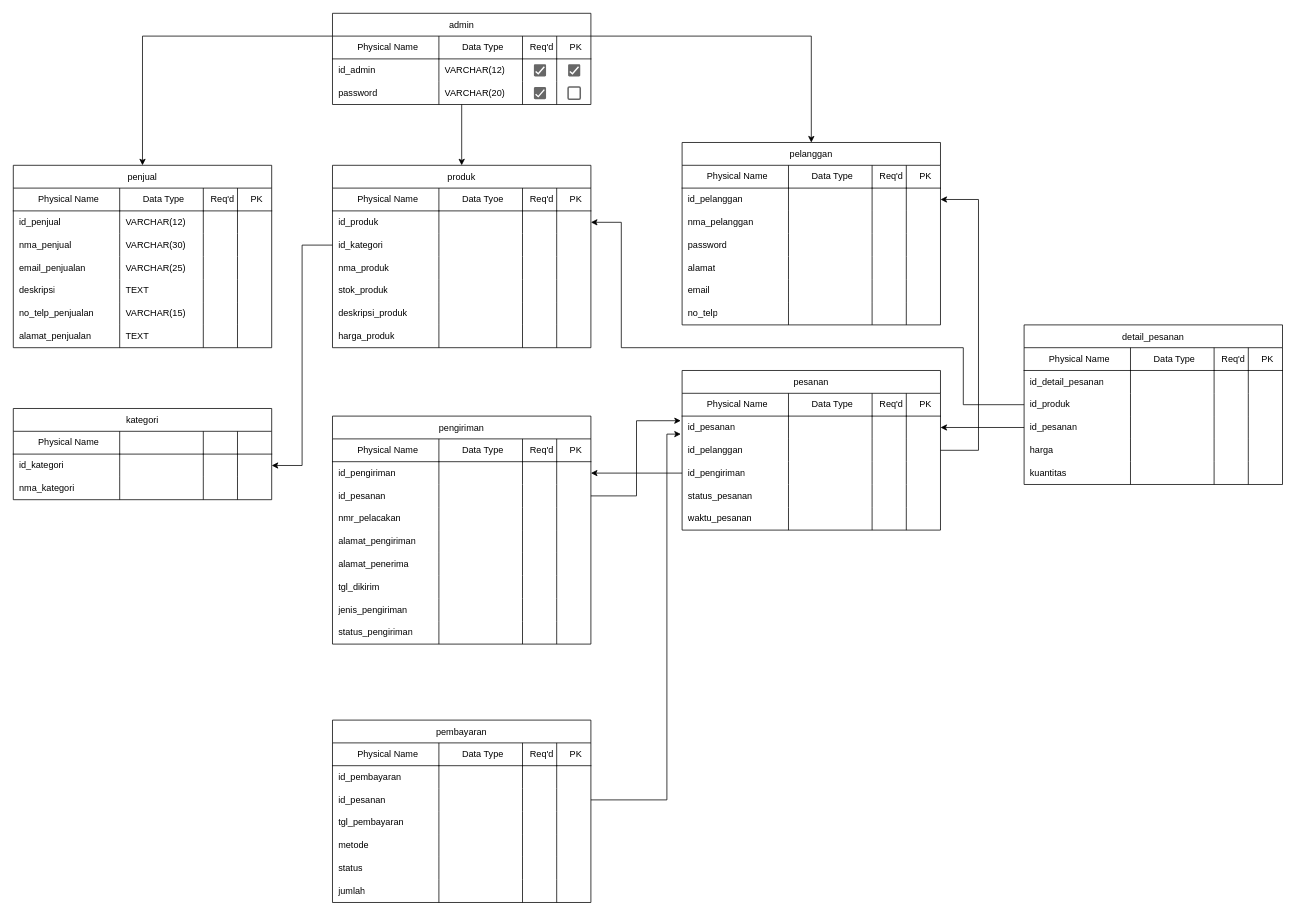
The draw.io diagram e-commerce_pdm.drawio in vinnnna/sistem-basis-data, before the edit. Source tidied: cells renumbered, new cells numbered last; positions are measured from the earlier drawing's top-left corner, leaving out a move shared by most shapes. Both pictures are drawn from the tidied source at 76%, with x=0, y=0 at pixel (13, 13).
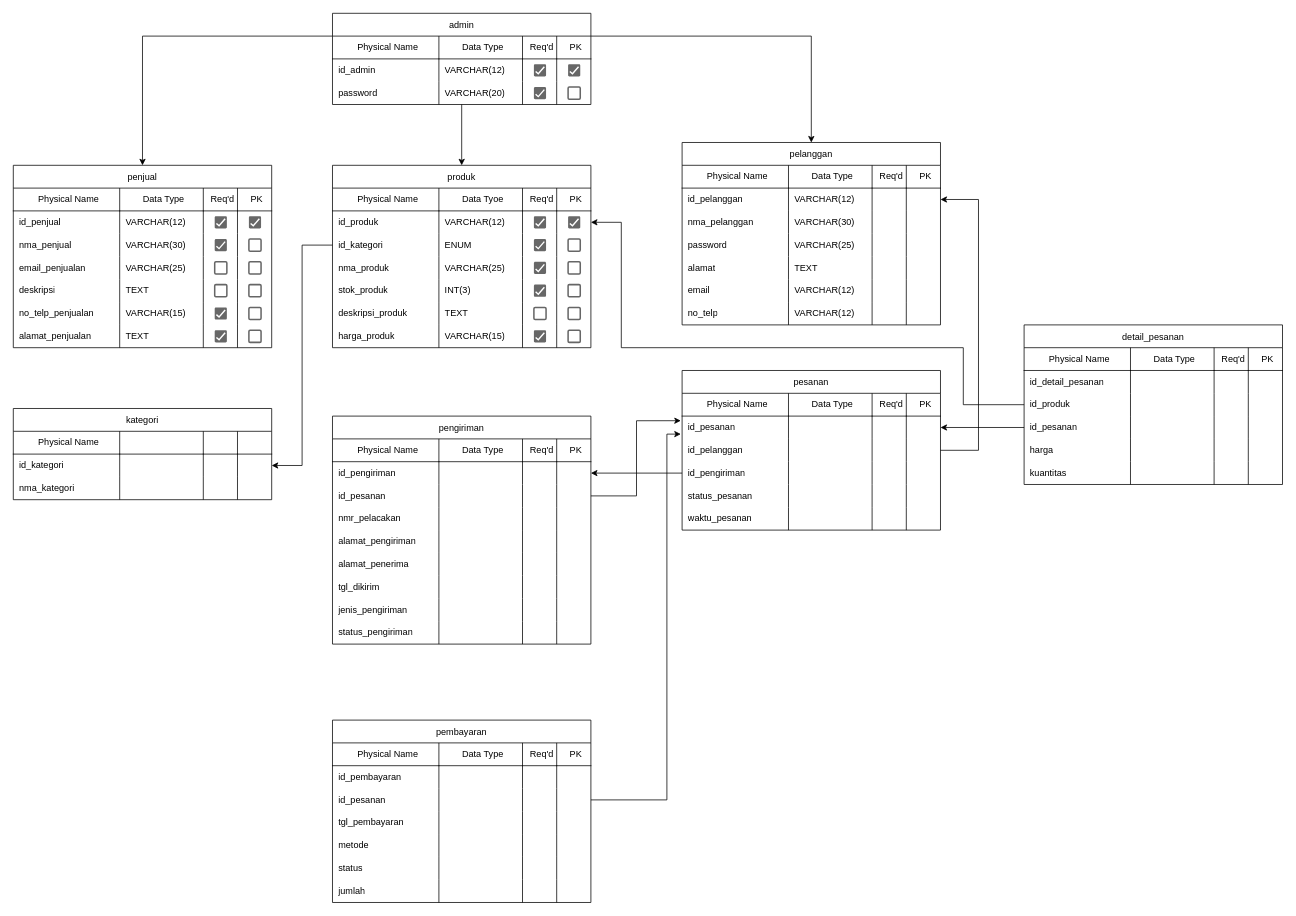
The same diagram, later.

Unchanged cells that the change refers to:
```xml
<mxCell id="44" style="shape=tableRow;horizontal=0;startSize=0;swimlaneHead=0;swimlaneBody=0;top=0;left=0;bottom=0;right=0;fillColor=none;points=[[0,0.5],[1,0.5]];portConstraint=eastwest;strokeColor=inherit;fontSize=12;" parent="38" vertex="1">
  <mxGeometry y="60" width="340" height="30" as="geometry" />
</mxCell>
<mxCell id="49" style="shape=tableRow;horizontal=0;startSize=0;swimlaneHead=0;swimlaneBody=0;top=0;left=0;bottom=0;right=0;fillColor=none;points=[[0,0.5],[1,0.5]];portConstraint=eastwest;strokeColor=inherit;fontSize=12;" parent="38" vertex="1">
  <mxGeometry y="90" width="340" height="30" as="geometry" />
</mxCell>
<mxCell id="54" style="shape=tableRow;horizontal=0;startSize=0;swimlaneHead=0;swimlaneBody=0;top=0;left=0;bottom=0;right=0;fillColor=none;strokeColor=inherit;fontSize=12;" parent="38" vertex="1">
  <mxGeometry y="120" width="340" height="30" as="geometry" />
</mxCell>
<mxCell id="59" style="shape=tableRow;horizontal=0;startSize=0;swimlaneHead=0;swimlaneBody=0;top=0;left=0;bottom=0;right=0;fillColor=none;strokeColor=inherit;fontSize=12;" parent="38" vertex="1">
  <mxGeometry y="150" width="340" height="30" as="geometry" />
</mxCell>
<mxCell id="64" style="shape=tableRow;horizontal=0;startSize=0;swimlaneHead=0;swimlaneBody=0;top=0;left=0;bottom=0;right=0;fillColor=none;strokeColor=inherit;fontSize=12;" parent="38" vertex="1">
  <mxGeometry y="180" width="340" height="30" as="geometry" />
</mxCell>
<mxCell id="69" style="shape=tableRow;horizontal=0;startSize=0;swimlaneHead=0;swimlaneBody=0;top=0;left=0;bottom=0;right=0;fillColor=none;strokeColor=inherit;fontSize=12;" parent="38" vertex="1">
  <mxGeometry y="210" width="340" height="30" as="geometry" />
</mxCell>
<mxCell id="142" style="shape=tableRow;horizontal=0;startSize=0;swimlaneHead=0;swimlaneBody=0;top=0;left=0;bottom=0;right=0;fillColor=none;points=[[0,0.5],[1,0.5]];portConstraint=eastwest;strokeColor=inherit;fontSize=12;" parent="136" vertex="1">
  <mxGeometry y="60" width="340" height="30" as="geometry" />
</mxCell>
<mxCell id="147" style="shape=tableRow;horizontal=0;startSize=0;swimlaneHead=0;swimlaneBody=0;top=0;left=0;bottom=0;right=0;fillColor=none;strokeColor=inherit;fontSize=12;" parent="136" vertex="1">
  <mxGeometry y="90" width="340" height="30" as="geometry" />
</mxCell>
<mxCell id="152" style="shape=tableRow;horizontal=0;startSize=0;swimlaneHead=0;swimlaneBody=0;top=0;left=0;bottom=0;right=0;fillColor=none;strokeColor=inherit;fontSize=12;" parent="136" vertex="1">
  <mxGeometry y="120" width="340" height="30" as="geometry" />
</mxCell>
<mxCell id="157" style="shape=tableRow;horizontal=0;startSize=0;swimlaneHead=0;swimlaneBody=0;top=0;left=0;bottom=0;right=0;fillColor=none;strokeColor=inherit;fontSize=12;" parent="136" vertex="1">
  <mxGeometry y="150" width="340" height="30" as="geometry" />
</mxCell>
<mxCell id="162" style="shape=tableRow;horizontal=0;startSize=0;swimlaneHead=0;swimlaneBody=0;top=0;left=0;bottom=0;right=0;fillColor=none;strokeColor=inherit;fontSize=12;" parent="136" vertex="1">
  <mxGeometry y="180" width="340" height="30" as="geometry" />
</mxCell>
<mxCell id="167" style="shape=tableRow;horizontal=0;startSize=0;swimlaneHead=0;swimlaneBody=0;top=0;left=0;bottom=0;right=0;fillColor=none;strokeColor=inherit;fontSize=12;" parent="136" vertex="1">
  <mxGeometry y="210" width="340" height="30" as="geometry" />
</mxCell>
```

Change to the diagram source:
```diff
@@
-    <mxCell id="46" style="shape=partialRectangle;html=1;whiteSpace=wrap;fillColor=none;top=0;left=0;bottom=0;right=0;align=left;spacingLeft=6;overflow=hidden;strokeColor=inherit;fontSize=12;strokeWidth=1;" parent="44" vertex="1">
+    <mxCell id="46" value="VARCHAR(12)" style="shape=partialRectangle;html=1;whiteSpace=wrap;fillColor=none;top=0;left=0;bottom=0;right=0;align=left;spacingLeft=6;overflow=hidden;strokeColor=inherit;fontSize=12;strokeWidth=1;" parent="44" vertex="1">
       <mxGeometry x="140" width="110" height="30" as="geometry" />
     </mxCell>
@@
-    <mxCell id="51" style="shape=partialRectangle;html=1;whiteSpace=wrap;fillColor=none;top=0;left=0;bottom=0;right=0;align=left;spacingLeft=6;overflow=hidden;strokeColor=inherit;fontSize=12;" parent="49" vertex="1">
+    <mxCell id="51" value="ENUM" style="shape=partialRectangle;html=1;whiteSpace=wrap;fillColor=none;top=0;left=0;bottom=0;right=0;align=left;spacingLeft=6;overflow=hidden;strokeColor=inherit;fontSize=12;" parent="49" vertex="1">
       <mxGeometry x="140" width="110" height="30" as="geometry" />
     </mxCell>
@@
-    <mxCell id="56" style="shape=partialRectangle;html=1;whiteSpace=wrap;fillColor=none;top=0;left=0;bottom=0;right=0;align=left;spacingLeft=6;overflow=hidden;strokeColor=inherit;fontSize=12;" parent="54" vertex="1">
+    <mxCell id="56" value="VARCHAR(25)" style="shape=partialRectangle;html=1;whiteSpace=wrap;fillColor=none;top=0;left=0;bottom=0;right=0;align=left;spacingLeft=6;overflow=hidden;strokeColor=inherit;fontSize=12;" parent="54" vertex="1">
       <mxGeometry x="140" width="110" height="30" as="geometry" />
     </mxCell>
@@
-    <mxCell id="61" style="shape=partialRectangle;html=1;whiteSpace=wrap;fillColor=none;top=0;left=0;bottom=0;right=0;align=left;spacingLeft=6;overflow=hidden;strokeColor=inherit;fontSize=12;" parent="59" vertex="1">
+    <mxCell id="61" value="INT(3)" style="shape=partialRectangle;html=1;whiteSpace=wrap;fillColor=none;top=0;left=0;bottom=0;right=0;align=left;spacingLeft=6;overflow=hidden;strokeColor=inherit;fontSize=12;" parent="59" vertex="1">
       <mxGeometry x="140" width="110" height="30" as="geometry" />
     </mxCell>
@@
-    <mxCell id="66" style="shape=partialRectangle;html=1;whiteSpace=wrap;fillColor=none;top=0;left=0;bottom=0;right=0;align=left;spacingLeft=6;overflow=hidden;strokeColor=inherit;fontSize=12;" parent="64" vertex="1">
+    <mxCell id="66" value="TEXT" style="shape=partialRectangle;html=1;whiteSpace=wrap;fillColor=none;top=0;left=0;bottom=0;right=0;align=left;spacingLeft=6;overflow=hidden;strokeColor=inherit;fontSize=12;" parent="64" vertex="1">
       <mxGeometry x="140" width="110" height="30" as="geometry" />
     </mxCell>
@@
-    <mxCell id="71" style="shape=partialRectangle;html=1;whiteSpace=wrap;fillColor=none;top=0;left=0;bottom=0;right=0;align=left;spacingLeft=6;overflow=hidden;strokeColor=inherit;fontSize=12;" parent="69" vertex="1">
+    <mxCell id="71" value="VARCHAR(15)" style="shape=partialRectangle;html=1;whiteSpace=wrap;fillColor=none;top=0;left=0;bottom=0;right=0;align=left;spacingLeft=6;overflow=hidden;strokeColor=inherit;fontSize=12;" parent="69" vertex="1">
       <mxGeometry x="140" width="110" height="30" as="geometry" />
     </mxCell>
@@
-    <mxCell id="144" style="shape=partialRectangle;html=1;whiteSpace=wrap;fillColor=none;top=0;left=0;bottom=0;right=0;align=left;spacingLeft=6;overflow=hidden;strokeColor=inherit;fontSize=12;strokeWidth=1;" parent="142" vertex="1">
+    <mxCell id="144" value="VARCHAR(12)" style="shape=partialRectangle;html=1;whiteSpace=wrap;fillColor=none;top=0;left=0;bottom=0;right=0;align=left;spacingLeft=6;overflow=hidden;strokeColor=inherit;fontSize=12;strokeWidth=1;" parent="142" vertex="1">
       <mxGeometry x="140" width="110" height="30" as="geometry" />
     </mxCell>
@@
-    <mxCell id="149" style="shape=partialRectangle;html=1;whiteSpace=wrap;fillColor=none;top=0;left=0;bottom=0;right=0;align=left;spacingLeft=6;overflow=hidden;strokeColor=inherit;fontSize=12;" parent="147" vertex="1">
+    <mxCell id="149" value="VARCHAR(30)" style="shape=partialRectangle;html=1;whiteSpace=wrap;fillColor=none;top=0;left=0;bottom=0;right=0;align=left;spacingLeft=6;overflow=hidden;strokeColor=inherit;fontSize=12;" parent="147" vertex="1">
       <mxGeometry x="140" width="110" height="30" as="geometry" />
     </mxCell>
@@
-    <mxCell id="154" style="shape=partialRectangle;html=1;whiteSpace=wrap;fillColor=none;top=0;left=0;bottom=0;right=0;align=left;spacingLeft=6;overflow=hidden;strokeColor=inherit;fontSize=12;" parent="152" vertex="1">
+    <mxCell id="154" value="VARCHAR(25)" style="shape=partialRectangle;html=1;whiteSpace=wrap;fillColor=none;top=0;left=0;bottom=0;right=0;align=left;spacingLeft=6;overflow=hidden;strokeColor=inherit;fontSize=12;" parent="152" vertex="1">
       <mxGeometry x="140" width="110" height="30" as="geometry" />
     </mxCell>
@@
-    <mxCell id="159" style="shape=partialRectangle;html=1;whiteSpace=wrap;fillColor=none;top=0;left=0;bottom=0;right=0;align=left;spacingLeft=6;overflow=hidden;strokeColor=inherit;fontSize=12;" parent="157" vertex="1">
+    <mxCell id="159" value="TEXT" style="shape=partialRectangle;html=1;whiteSpace=wrap;fillColor=none;top=0;left=0;bottom=0;right=0;align=left;spacingLeft=6;overflow=hidden;strokeColor=inherit;fontSize=12;" parent="157" vertex="1">
       <mxGeometry x="140" width="110" height="30" as="geometry" />
     </mxCell>
@@
-    <mxCell id="164" style="shape=partialRectangle;html=1;whiteSpace=wrap;fillColor=none;top=0;left=0;bottom=0;right=0;align=left;spacingLeft=6;overflow=hidden;strokeColor=inherit;fontSize=12;" parent="162" vertex="1">
+    <mxCell id="164" value="VARCHAR(12)" style="shape=partialRectangle;html=1;whiteSpace=wrap;fillColor=none;top=0;left=0;bottom=0;right=0;align=left;spacingLeft=6;overflow=hidden;strokeColor=inherit;fontSize=12;" parent="162" vertex="1">
       <mxGeometry x="140" width="110" height="30" as="geometry" />
     </mxCell>
@@
-    <mxCell id="169" style="shape=partialRectangle;html=1;whiteSpace=wrap;fillColor=none;top=0;left=0;bottom=0;right=0;align=left;spacingLeft=6;overflow=hidden;strokeColor=inherit;fontSize=12;" parent="167" vertex="1">
+    <mxCell id="169" value="VARCHAR(12)" style="shape=partialRectangle;html=1;whiteSpace=wrap;fillColor=none;top=0;left=0;bottom=0;right=0;align=left;spacingLeft=6;overflow=hidden;strokeColor=inherit;fontSize=12;" parent="167" vertex="1">
       <mxGeometry x="140" width="110" height="30" as="geometry" />
     </mxCell>
@@
+    <mxCell id="300" style="dashed=0;labelPosition=right;align=left;shape=mxgraph.gmdl.checkbox;strokeColor=none;fillColor=#676767;strokeWidth=2;sketch=0;html=1;" parent="1" vertex="1">
+      <mxGeometry x="265" y="267" width="16" height="16" as="geometry" />
+    </mxCell>
+    <mxCell id="301" style="dashed=0;labelPosition=right;align=left;shape=mxgraph.gmdl.checkbox;strokeColor=none;fillColor=#676767;strokeWidth=2;sketch=0;html=1;" parent="1" vertex="1">
+      <mxGeometry x="310" y="267" width="16" height="16" as="geometry" />
+    </mxCell>
+    <mxCell id="302" style="dashed=0;labelPosition=right;align=left;shape=mxgraph.gmdl.checkbox;strokeColor=#666666;fillColor=none;strokeWidth=2;sketch=0;html=1;" parent="1" vertex="1">
+      <mxGeometry x="310" y="297" width="16" height="16" as="geometry" />
+    </mxCell>
+    <mxCell id="303" style="dashed=0;labelPosition=right;align=left;shape=mxgraph.gmdl.checkbox;strokeColor=none;fillColor=#676767;strokeWidth=2;sketch=0;html=1;" parent="1" vertex="1">
+      <mxGeometry x="265" y="297" width="16" height="16" as="geometry" />
+    </mxCell>
+    <mxCell id="304" style="dashed=0;labelPosition=right;align=left;shape=mxgraph.gmdl.checkbox;strokeColor=#666666;fillColor=none;strokeWidth=2;sketch=0;html=1;" parent="1" vertex="1">
+      <mxGeometry x="265" y="327" width="16" height="16" as="geometry" />
+    </mxCell>
+    <mxCell id="305" style="dashed=0;labelPosition=right;align=left;shape=mxgraph.gmdl.checkbox;strokeColor=#666666;fillColor=none;strokeWidth=2;sketch=0;html=1;" parent="1" vertex="1">
+      <mxGeometry x="310" y="327" width="16" height="16" as="geometry" />
+    </mxCell>
+    <mxCell id="306" style="dashed=0;labelPosition=right;align=left;shape=mxgraph.gmdl.checkbox;strokeColor=#666666;fillColor=none;strokeWidth=2;sketch=0;html=1;" parent="1" vertex="1">
+      <mxGeometry x="310" y="357" width="16" height="16" as="geometry" />
+    </mxCell>
+    <mxCell id="307" style="dashed=0;labelPosition=right;align=left;shape=mxgraph.gmdl.checkbox;strokeColor=#666666;fillColor=none;strokeWidth=2;sketch=0;html=1;" parent="1" vertex="1">
+      <mxGeometry x="310" y="387" width="16" height="16" as="geometry" />
+    </mxCell>
+    <mxCell id="308" style="dashed=0;labelPosition=right;align=left;shape=mxgraph.gmdl.checkbox;strokeColor=#666666;fillColor=none;strokeWidth=2;sketch=0;html=1;" parent="1" vertex="1">
+      <mxGeometry x="310" y="417" width="16" height="16" as="geometry" />
+    </mxCell>
+    <mxCell id="309" style="dashed=0;labelPosition=right;align=left;shape=mxgraph.gmdl.checkbox;strokeColor=none;fillColor=#676767;strokeWidth=2;sketch=0;html=1;" parent="1" vertex="1">
+      <mxGeometry x="265" y="387" width="16" height="16" as="geometry" />
+    </mxCell>
+    <mxCell id="310" style="dashed=0;labelPosition=right;align=left;shape=mxgraph.gmdl.checkbox;strokeColor=none;fillColor=#676767;strokeWidth=2;sketch=0;html=1;" parent="1" vertex="1">
+      <mxGeometry x="265" y="417" width="16" height="16" as="geometry" />
+    </mxCell>
+    <mxCell id="311" style="dashed=0;labelPosition=right;align=left;shape=mxgraph.gmdl.checkbox;strokeColor=#666666;fillColor=none;strokeWidth=2;sketch=0;html=1;" parent="1" vertex="1">
+      <mxGeometry x="265" y="357" width="16" height="16" as="geometry" />
+    </mxCell>
+    <mxCell id="312" style="dashed=0;labelPosition=right;align=left;shape=mxgraph.gmdl.checkbox;strokeColor=none;fillColor=#676767;strokeWidth=2;sketch=0;html=1;" parent="1" vertex="1">
+      <mxGeometry x="685" y="267" width="16" height="16" as="geometry" />
+    </mxCell>
+    <mxCell id="313" style="dashed=0;labelPosition=right;align=left;shape=mxgraph.gmdl.checkbox;strokeColor=none;fillColor=#676767;strokeWidth=2;sketch=0;html=1;" parent="1" vertex="1">
+      <mxGeometry x="730" y="267" width="16" height="16" as="geometry" />
+    </mxCell>
+    <mxCell id="314" style="dashed=0;labelPosition=right;align=left;shape=mxgraph.gmdl.checkbox;strokeColor=#666666;fillColor=none;strokeWidth=2;sketch=0;html=1;" parent="1" vertex="1">
+      <mxGeometry x="730" y="297" width="16" height="16" as="geometry" />
+    </mxCell>
+    <mxCell id="315" style="dashed=0;labelPosition=right;align=left;shape=mxgraph.gmdl.checkbox;strokeColor=none;fillColor=#676767;strokeWidth=2;sketch=0;html=1;" parent="1" vertex="1">
+      <mxGeometry x="685" y="297" width="16" height="16" as="geometry" />
+    </mxCell>
+    <mxCell id="316" style="dashed=0;labelPosition=right;align=left;shape=mxgraph.gmdl.checkbox;strokeColor=#666666;fillColor=none;strokeWidth=2;sketch=0;html=1;" parent="1" vertex="1">
+      <mxGeometry x="730" y="327" width="16" height="16" as="geometry" />
+    </mxCell>
+    <mxCell id="317" style="dashed=0;labelPosition=right;align=left;shape=mxgraph.gmdl.checkbox;strokeColor=#666666;fillColor=none;strokeWidth=2;sketch=0;html=1;" parent="1" vertex="1">
+      <mxGeometry x="730" y="357" width="16" height="16" as="geometry" />
+    </mxCell>
+    <mxCell id="318" style="dashed=0;labelPosition=right;align=left;shape=mxgraph.gmdl.checkbox;strokeColor=#666666;fillColor=none;strokeWidth=2;sketch=0;html=1;" parent="1" vertex="1">
+      <mxGeometry x="730" y="387" width="16" height="16" as="geometry" />
+    </mxCell>
+    <mxCell id="319" style="dashed=0;labelPosition=right;align=left;shape=mxgraph.gmdl.checkbox;strokeColor=#666666;fillColor=none;strokeWidth=2;sketch=0;html=1;" parent="1" vertex="1">
+      <mxGeometry x="730" y="417" width="16" height="16" as="geometry" />
+    </mxCell>
+    <mxCell id="320" style="dashed=0;labelPosition=right;align=left;shape=mxgraph.gmdl.checkbox;strokeColor=none;fillColor=#676767;strokeWidth=2;sketch=0;html=1;" parent="1" vertex="1">
+      <mxGeometry x="685" y="417" width="16" height="16" as="geometry" />
+    </mxCell>
+    <mxCell id="321" style="dashed=0;labelPosition=right;align=left;shape=mxgraph.gmdl.checkbox;strokeColor=none;fillColor=#676767;strokeWidth=2;sketch=0;html=1;" parent="1" vertex="1">
+      <mxGeometry x="685" y="357" width="16" height="16" as="geometry" />
+    </mxCell>
+    <mxCell id="322" style="dashed=0;labelPosition=right;align=left;shape=mxgraph.gmdl.checkbox;strokeColor=none;fillColor=#676767;strokeWidth=2;sketch=0;html=1;" parent="1" vertex="1">
+      <mxGeometry x="685" y="327" width="16" height="16" as="geometry" />
+    </mxCell>
+    <mxCell id="323" style="dashed=0;labelPosition=right;align=left;shape=mxgraph.gmdl.checkbox;strokeColor=#666666;fillColor=none;strokeWidth=2;sketch=0;html=1;" parent="1" vertex="1">
+      <mxGeometry x="685" y="387" width="16" height="16" as="geometry" />
+    </mxCell>
```
